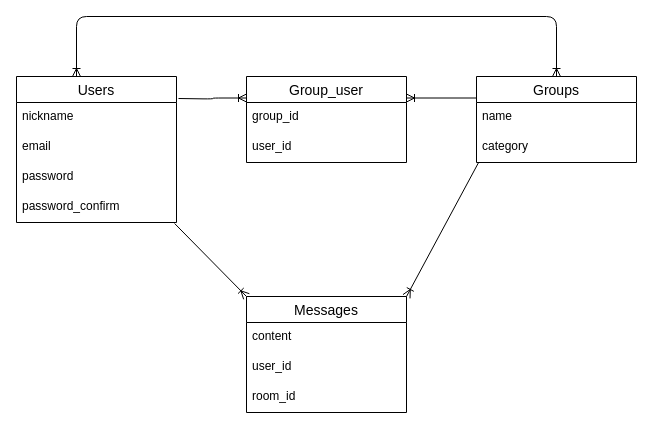
fujiwarayuuki0211/message_group keeps this draw.io diagram as message_group.dio. Above is the earlier version. Source tidied: cells renumbered, new cells numbered last; positions are measured from the earlier drawing's top-left corner, leaving out a move shared by most shapes. Both pictures are drawn from the tidied source at 100%, with x=0, y=0 at pixel (16, 16).
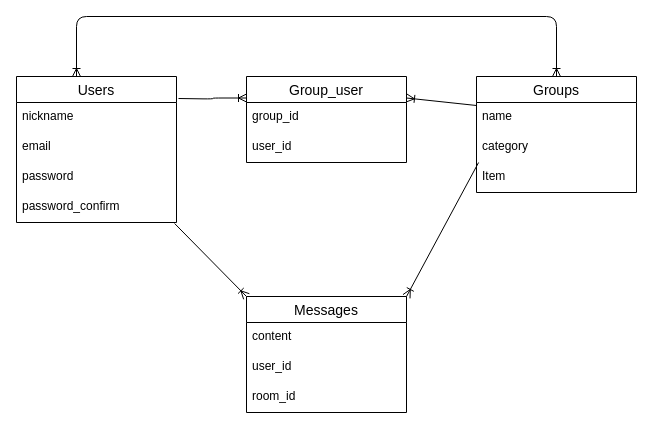
Above is the later version.

Commit message (it also covers changes not shown here):
テーブル設計

Diff of the diagram source:
```diff
@@
     <mxCell id="7" value="Groups" style="swimlane;fontStyle=0;horizontal=1;startSize=26;align=center;fontSize=14;" parent="1" vertex="1">
-      <mxGeometry x="460" y="60" width="160" height="86" as="geometry" />
+      <mxGeometry x="460" y="60" width="160" height="116" as="geometry" />
     </mxCell>
@@
+    <mxCell id="22" value="Item" style="text;strokeColor=none;fillColor=none;spacingLeft=4;spacingRight=4;overflow=hidden;fontSize=12;" parent="7" vertex="1">
+      <mxGeometry y="86" width="160" height="30" as="geometry" />
+    </mxCell>
```
